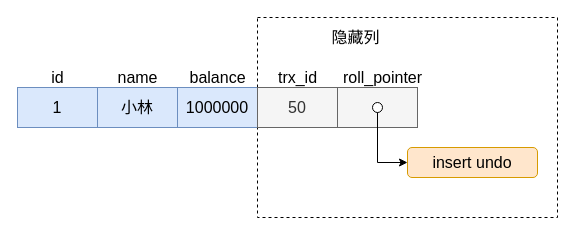
xiaolincoder/ImageHost4 keeps this draw.io diagram as mysql/事务隔离/隐藏列.drawio. Above is the earlier version. Source tidied: cells renumbered, new cells numbered last; positions are measured from the earlier drawing's top-left corner, leaving out a move shared by most shapes. Both pictures are drawn from the tidied source at 100%, with x=0, y=0 at pixel (17, 17).
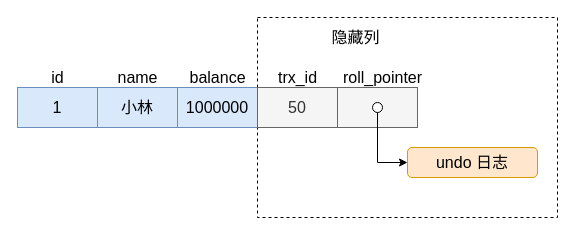
After the change.

Commit message (it also covers changes not shown here):
更新隐藏列.drawio

What changed in the source:
```diff
@@
 <mxGraphModel>
   <root>
     <mxCell id="0" />
     <mxCell id="1" parent="0" />
     <mxCell id="2" style="rounded=0;whiteSpace=wrap;html=1;fontSize=16;dashed=1;" parent="1" vertex="1">
       <mxGeometry x="240" width="300" height="200" as="geometry" />
     </mxCell>
     <mxCell id="3" value="1" style="rounded=0;whiteSpace=wrap;html=1;fontSize=16;fillColor=#dae8fc;strokeColor=#6c8ebf;" parent="1" vertex="1">
       <mxGeometry y="70" width="80" height="40" as="geometry" />
     </mxCell>
     <mxCell id="4" value="小林" style="rounded=0;whiteSpace=wrap;html=1;fontSize=16;fillColor=#dae8fc;strokeColor=#6c8ebf;" parent="1" vertex="1">
       <mxGeometry x="80" y="70" width="80" height="40" as="geometry" />
     </mxCell>
     <mxCell id="5" value="1000000" style="rounded=0;whiteSpace=wrap;html=1;fontSize=16;fillColor=#dae8fc;strokeColor=#6c8ebf;" parent="1" vertex="1">
       <mxGeometry x="160" y="70" width="80" height="40" as="geometry" />
     </mxCell>
     <mxCell id="6" value="50" style="rounded=0;whiteSpace=wrap;html=1;fontSize=16;fillColor=#f5f5f5;strokeColor=#666666;fontColor=#333333;" parent="1" vertex="1">
       <mxGeometry x="240" y="70" width="80" height="40" as="geometry" />
     </mxCell>
     <mxCell id="7" style="rounded=0;whiteSpace=wrap;html=1;fontSize=16;fillColor=#f5f5f5;strokeColor=#666666;fontColor=#333333;" parent="1" vertex="1">
       <mxGeometry x="320" y="70" width="80" height="40" as="geometry" />
     </mxCell>
     <mxCell id="8" value="id" style="text;html=1;align=center;verticalAlign=middle;strokeColor=none;fontSize=16;" parent="1" vertex="1">
       <mxGeometry x="25" y="50" width="30" height="20" as="geometry" />
     </mxCell>
     <mxCell id="9" value="name" style="text;html=1;align=center;verticalAlign=middle;strokeColor=none;fontSize=16;" parent="1" vertex="1">
       <mxGeometry x="90" y="50" width="60" height="20" as="geometry" />
     </mxCell>
     <mxCell id="10" value="balance" style="text;html=1;align=center;verticalAlign=middle;strokeColor=none;fontSize=16;" parent="1" vertex="1">
       <mxGeometry x="165" y="50" width="70" height="20" as="geometry" />
     </mxCell>
     <mxCell id="11" value="trx_id" style="text;html=1;align=center;verticalAlign=middle;strokeColor=none;fontSize=16;" parent="1" vertex="1">
       <mxGeometry x="255" y="50" width="50" height="20" as="geometry" />
     </mxCell>
     <mxCell id="12" value="roll_pointer" style="text;html=1;align=center;verticalAlign=middle;strokeColor=none;fontSize=16;" parent="1" vertex="1">
       <mxGeometry x="320" y="50" width="90" height="20" as="geometry" />
     </mxCell>
     <mxCell id="13" value="隐藏列" style="text;html=1;align=center;verticalAlign=middle;strokeColor=none;fontSize=16;" parent="1" vertex="1">
       <mxGeometry x="307.5" y="10" width="60" height="20" as="geometry" />
     </mxCell>
-    <mxCell id="14" value="insert undo" style="rounded=1;whiteSpace=wrap;html=1;fontSize=16;fillColor=#ffe6cc;strokeColor=#d79b00;" parent="1" vertex="1">
+    <mxCell id="14" value="undo 日志" style="rounded=1;whiteSpace=wrap;html=1;fontSize=16;fillColor=#ffe6cc;strokeColor=#d79b00;" parent="1" vertex="1">
       <mxGeometry x="390" y="130" width="130" height="30" as="geometry" />
     </mxCell>
     <mxCell id="15" style="ellipse;whiteSpace=wrap;html=1;fontSize=16;" parent="1" vertex="1">
       <mxGeometry x="355" y="85" width="10" height="10" as="geometry" />
     </mxCell>
     <mxCell id="16" style="edgeStyle=orthogonalEdgeStyle;rounded=0;jettySize=auto;html=1;entryX=0;entryY=0.5;entryDx=0;entryDy=0;fontSize=16;exitX=0.5;exitY=1;exitDx=0;exitDy=0;" parent="1" edge="1" source="15" target="14">
       <mxGeometry relative="1" as="geometry" />
     </mxCell>
   </root>
 </mxGraphModel>
```
